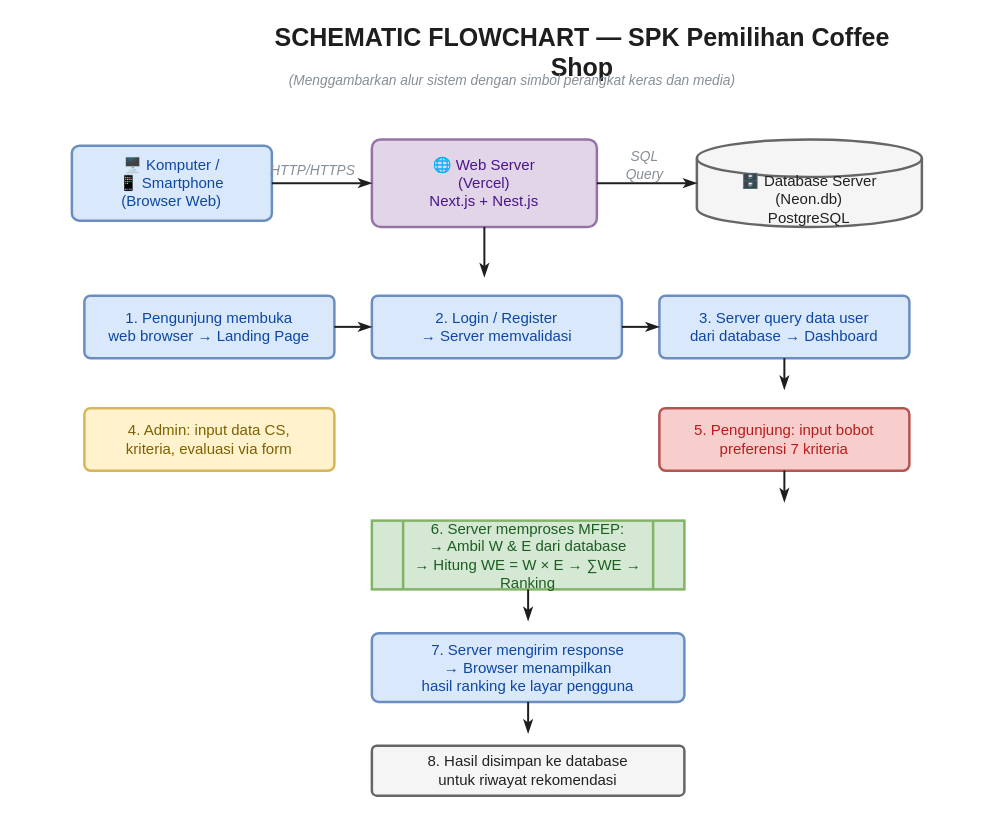
The draw.io diagram drawio/schematic_flowchart.drawio in akbarwijayaa/ansi-07, before the edit. Source tidied: cells renumbered, new cells numbered last; positions are measured from the earlier drawing's top-left corner, leaving out a move shared by most shapes. Both pictures are drawn from the tidied source at 125%, with x=0, y=0 at pixel (71, 35).
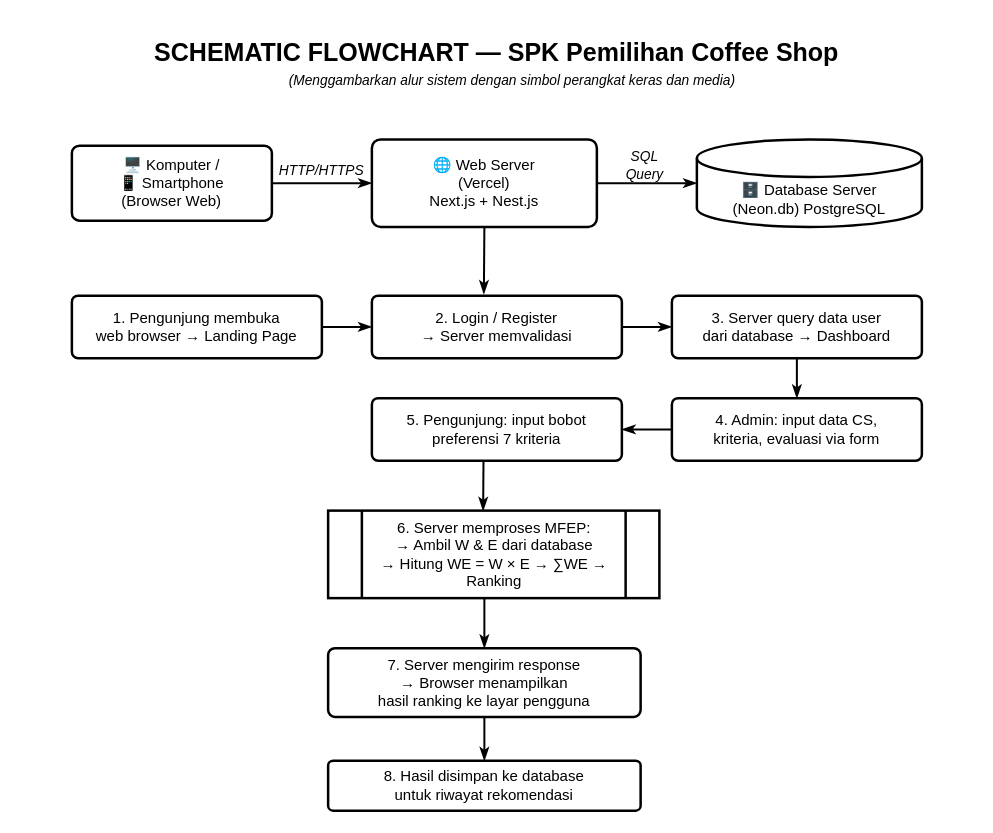
The same page after the edit.

Diff of the diagram source:
```diff
@@
-    <mxCell id="2" value="🖥️ Komputer /&lt;br&gt;📱 Smartphone&lt;br&gt;(Browser Web)" style="rounded=1;arcSize=10;fillColor=#dae8fc;strokeColor=#6c8ebf;fontColor=#0D47A1;fontSize=12;strokeWidth=2;shadow=0;html=1;whiteSpace=wrap;align=center;verticalAlign=middle;" parent="1" vertex="1">
+    <mxCell id="2" value="🖥️ Komputer /&lt;br&gt;📱 Smartphone&lt;br&gt;(Browser Web)" style="rounded=1;arcSize=10;fontSize=12;strokeWidth=2;shadow=0;html=1;whiteSpace=wrap;align=center;verticalAlign=middle;" parent="1" vertex="1">
       <mxGeometry y="88" width="160" height="60" as="geometry" />
     </mxCell>
-    <mxCell id="3" value="🌐 Web Server&lt;br&gt;(Vercel)&lt;br&gt;Next.js + Nest.js" style="rounded=1;arcSize=10;fillColor=#e1d5e7;strokeColor=#9673a6;fontColor=#4A148C;fontSize=12;strokeWidth=2;shadow=0;html=1;whiteSpace=wrap;align=center;verticalAlign=middle;" parent="1" vertex="1">
+    <mxCell id="3" value="🌐 Web Server&lt;br&gt;(Vercel)&lt;br&gt;Next.js + Nest.js" style="rounded=1;arcSize=10;fontSize=12;strokeWidth=2;shadow=0;html=1;whiteSpace=wrap;align=center;verticalAlign=middle;" parent="1" vertex="1">
       <mxGeometry x="240" y="83" width="180" height="70" as="geometry" />
     </mxCell>
-    <mxCell id="4" value="🗄️ Database Server&lt;br&gt;(Neon.db)&lt;br&gt;PostgreSQL" style="shape=cylinder3;boundedLbl=1;backgroundOutline=1;size=15;fillColor=#f5f5f5;strokeColor=#666666;fontColor=#212121;fontSize=12;strokeWidth=2;shadow=0;html=1;whiteSpace=wrap;align=center;verticalAlign=middle;" parent="1" vertex="1">
+    <mxCell id="4" value="🗄️ Database Server&lt;br&gt;(Neon.db) PostgreSQL" style="shape=cylinder3;boundedLbl=1;backgroundOutline=1;size=15;fontSize=12;strokeWidth=2;shadow=0;html=1;whiteSpace=wrap;align=center;verticalAlign=middle;" parent="1" vertex="1">
       <mxGeometry x="500" y="83" width="180" height="70" as="geometry" />
     </mxCell>
-    <mxCell id="5" value="1. Pengunjung membuka&lt;br&gt;web browser → Landing Page" style="rounded=1;arcSize=10;fillColor=#dae8fc;strokeColor=#6c8ebf;fontColor=#0D47A1;fontSize=12;strokeWidth=2;shadow=0;html=1;whiteSpace=wrap;align=center;verticalAlign=middle;" parent="1" vertex="1">
-      <mxGeometry x="10" y="208" width="200" height="50" as="geometry" />
+    <mxCell id="5" value="1. Pengunjung membuka&lt;br&gt;web browser → Landing Page" style="rounded=1;arcSize=10;fontSize=12;strokeWidth=2;shadow=0;html=1;whiteSpace=wrap;align=center;verticalAlign=middle;" parent="1" vertex="1">
+      <mxGeometry y="208" width="200" height="50" as="geometry" />
     </mxCell>
-    <mxCell id="6" value="2. Login / Register&lt;br&gt;→ Server memvalidasi" style="rounded=1;arcSize=10;fillColor=#dae8fc;strokeColor=#6c8ebf;fontColor=#0D47A1;fontSize=12;strokeWidth=2;shadow=0;html=1;whiteSpace=wrap;align=center;verticalAlign=middle;" parent="1" vertex="1">
+    <mxCell id="6" value="2. Login / Register&lt;br&gt;→ Server memvalidasi" style="rounded=1;arcSize=10;fontSize=12;strokeWidth=2;shadow=0;html=1;whiteSpace=wrap;align=center;verticalAlign=middle;" parent="1" vertex="1">
       <mxGeometry x="240" y="208" width="200" height="50" as="geometry" />
     </mxCell>
-    <mxCell id="7" value="3. Server query data user&lt;br&gt;dari database → Dashboard" style="rounded=1;arcSize=10;fillColor=#dae8fc;strokeColor=#6c8ebf;fontColor=#0D47A1;fontSize=12;strokeWidth=2;shadow=0;html=1;whiteSpace=wrap;align=center;verticalAlign=middle;" parent="1" vertex="1">
-      <mxGeometry x="470" y="208" width="200" height="50" as="geometry" />
+    <mxCell id="7" value="3. Server query data user&lt;br&gt;dari database → Dashboard" style="rounded=1;arcSize=10;fontSize=12;strokeWidth=2;shadow=0;html=1;whiteSpace=wrap;align=center;verticalAlign=middle;" parent="1" vertex="1">
+      <mxGeometry x="480" y="208" width="200" height="50" as="geometry" />
     </mxCell>
-    <mxCell id="8" value="4. Admin: input data CS,&lt;br&gt;kriteria, evaluasi via form" style="rounded=1;arcSize=10;fillColor=#fff2cc;strokeColor=#d6b656;fontColor=#7F6000;fontSize=12;strokeWidth=2;shadow=0;html=1;whiteSpace=wrap;align=center;verticalAlign=middle;" parent="1" vertex="1">
-      <mxGeometry x="10" y="298" width="200" height="50" as="geometry" />
+    <mxCell id="8" value="4. Admin: input data CS,&lt;br&gt;kriteria, evaluasi via form" style="rounded=1;arcSize=10;fontSize=12;strokeWidth=2;shadow=0;html=1;whiteSpace=wrap;align=center;verticalAlign=middle;" parent="1" vertex="1">
+      <mxGeometry x="480" y="290" width="200" height="50" as="geometry" />
     </mxCell>
-    <mxCell id="9" value="5. Pengunjung: input bobot&lt;br&gt;preferensi 7 kriteria" style="rounded=1;arcSize=10;fillColor=#f8cecc;strokeColor=#b85450;fontColor=#B71C1C;fontSize=12;strokeWidth=2;shadow=0;html=1;whiteSpace=wrap;align=center;verticalAlign=middle;" parent="1" vertex="1">
-      <mxGeometry x="470" y="298" width="200" height="50" as="geometry" />
+    <mxCell id="9" value="5. Pengunjung: input bobot&lt;br&gt;preferensi 7 kriteria" style="rounded=1;arcSize=10;fontSize=12;strokeWidth=2;shadow=0;html=1;whiteSpace=wrap;align=center;verticalAlign=middle;" parent="1" vertex="1">
+      <mxGeometry x="240" y="290" width="200" height="50" as="geometry" />
     </mxCell>
-    <mxCell id="10" value="6. Server memproses MFEP:&lt;br&gt;→ Ambil W &amp; E dari database&lt;br&gt;→ Hitung WE = W × E → ∑WE → Ranking" style="shape=process;fillColor=#d5e8d4;strokeColor=#82b366;fontColor=#1B5E20;fontSize=12;strokeWidth=2;shadow=0;html=1;whiteSpace=wrap;align=center;verticalAlign=middle;" parent="1" vertex="1">
-      <mxGeometry x="240" y="388" width="250" height="55" as="geometry" />
+    <mxCell id="10" value="6. Server memproses MFEP:&lt;br&gt;→ Ambil W &amp; E dari database&lt;br&gt;→ Hitung WE = W × E → ∑WE → Ranking" style="shape=process;fontSize=12;strokeWidth=2;shadow=0;html=1;whiteSpace=wrap;align=center;verticalAlign=middle;" parent="1" vertex="1">
+      <mxGeometry x="205" y="380" width="265" height="70" as="geometry" />
     </mxCell>
-    <mxCell id="11" value="7. Server mengirim response&lt;br&gt;→ Browser menampilkan&lt;br&gt;hasil ranking ke layar pengguna" style="rounded=1;arcSize=10;fillColor=#dae8fc;strokeColor=#6c8ebf;fontColor=#0D47A1;fontSize=12;strokeWidth=2;shadow=0;html=1;whiteSpace=wrap;align=center;verticalAlign=middle;" parent="1" vertex="1">
-      <mxGeometry x="240" y="478" width="250" height="55" as="geometry" />
+    <mxCell id="11" value="7. Server mengirim response&lt;br&gt;→ Browser menampilkan&lt;br&gt;hasil ranking ke layar pengguna" style="rounded=1;arcSize=10;fontSize=12;strokeWidth=2;shadow=0;html=1;whiteSpace=wrap;align=center;verticalAlign=middle;" parent="1" vertex="1">
+      <mxGeometry x="205" y="490" width="250" height="55" as="geometry" />
     </mxCell>
-    <mxCell id="12" value="8. Hasil disimpan ke database&lt;br&gt;untuk riwayat rekomendasi" style="rounded=1;arcSize=10;fillColor=#f5f5f5;strokeColor=#666666;fontColor=#212121;fontSize=12;strokeWidth=2;shadow=0;html=1;whiteSpace=wrap;align=center;verticalAlign=middle;" parent="1" vertex="1">
-      <mxGeometry x="240" y="568" width="250" height="40" as="geometry" />
+    <mxCell id="12" value="8. Hasil disimpan ke database&lt;br&gt;untuk riwayat rekomendasi" style="rounded=1;arcSize=10;fontSize=12;strokeWidth=2;shadow=0;html=1;whiteSpace=wrap;align=center;verticalAlign=middle;" parent="1" vertex="1">
+      <mxGeometry x="205" y="580" width="250" height="40" as="geometry" />
     </mxCell>
-    <mxCell id="13" value="SCHEMATIC FLOWCHART — SPK Pemilihan Coffee Shop" style="text;html=1;strokeColor=none;fillColor=none;fontColor=#1e1e1e;fontSize=20;align=center;verticalAlign=middle;whiteSpace=wrap;fontStyle=1;" parent="1" vertex="1">
-      <mxGeometry x="150" width="517" height="25" as="geometry" />
+    <mxCell id="13" value="SCHEMATIC FLOWCHART — SPK Pemilihan Coffee Shop" style="text;html=1;fontSize=20;align=center;verticalAlign=middle;whiteSpace=wrap;fontStyle=1;" parent="1" vertex="1">
+      <mxGeometry x="-40" width="760" height="25" as="geometry" />
     </mxCell>
-    <mxCell id="14" value="(Menggambarkan alur sistem dengan simbol perangkat keras dan media)" style="text;html=1;strokeColor=none;fillColor=none;fontColor=#868e96;fontSize=11;align=center;verticalAlign=middle;whiteSpace=wrap;fontStyle=2;" parent="1" vertex="1">
+    <mxCell id="14" value="(Menggambarkan alur sistem dengan simbol perangkat keras dan media)" style="text;html=1;fontSize=11;align=center;verticalAlign=middle;whiteSpace=wrap;fontStyle=2;" parent="1" vertex="1">
       <mxGeometry x="150" y="28" width="405.3" height="16" as="geometry" />
     </mxCell>
-    <mxCell id="15" value="HTTP/HTTPS" style="text;html=1;strokeColor=none;fillColor=none;fontColor=#868e96;fontSize=11;align=center;verticalAlign=middle;whiteSpace=wrap;fontStyle=2;" parent="1" vertex="1">
-      <mxGeometry x="168" y="100" width="49.5" height="16" as="geometry" />
+    <mxCell id="15" value="HTTP/HTTPS" style="text;html=1;fontSize=11;align=center;verticalAlign=middle;whiteSpace=wrap;fontStyle=2;" parent="1" vertex="1">
+      <mxGeometry x="170" y="100" width="59.5" height="16" as="geometry" />
     </mxCell>
-    <mxCell id="16" value="SQL Query" style="text;html=1;strokeColor=none;fillColor=none;fontColor=#868e96;fontSize=11;align=center;verticalAlign=middle;whiteSpace=wrap;fontStyle=2;" parent="1" vertex="1">
+    <mxCell id="16" value="SQL Query" style="text;html=1;fontSize=11;align=center;verticalAlign=middle;whiteSpace=wrap;fontStyle=2;" parent="1" vertex="1">
       <mxGeometry x="436.1" y="95.7" width="44.5" height="16" as="geometry" />
     </mxCell>
-    <mxCell id="17" style="endArrow=classicThin;endFill=1;html=1;rounded=0;strokeColor=#1e1e1e;strokeWidth=1.6;fontColor=#1e1e1e;fontSize=11;" parent="1" edge="1">
+    <mxCell id="17" style="endArrow=classicThin;endFill=1;html=1;rounded=0;strokeWidth=1.6;fontColor=#000000;fontSize=11;" parent="1" edge="1">
       <mxGeometry relative="1" as="geometry">
         <mxPoint x="160" y="118" as="sourcePoint" />
         <mxPoint x="240" y="118" as="targetPoint" />
       </mxGeometry>
     </mxCell>
-    <mxCell id="18" style="endArrow=classicThin;endFill=1;html=1;rounded=0;strokeColor=#1e1e1e;strokeWidth=1.6;fontColor=#1e1e1e;fontSize=11;" parent="1" edge="1">
+    <mxCell id="18" style="endArrow=classicThin;endFill=1;html=1;rounded=0;strokeWidth=1.6;fontColor=#000000;fontSize=11;" parent="1" edge="1">
       <mxGeometry relative="1" as="geometry">
         <mxPoint x="420" y="118" as="sourcePoint" />
         <mxPoint x="500" y="118" as="targetPoint" />
       </mxGeometry>
     </mxCell>
-    <mxCell id="19" style="endArrow=classicThin;endFill=1;html=1;rounded=0;strokeColor=#1e1e1e;strokeWidth=1.6;fontColor=#1e1e1e;fontSize=11;" parent="1" edge="1">
+    <mxCell id="19" style="endArrow=classicThin;endFill=1;html=1;rounded=0;strokeWidth=1.6;fontColor=#000000;fontSize=11;entryX=0.448;entryY=-0.027;entryDx=0;entryDy=0;entryPerimeter=0;" parent="1" edge="1" target="6">
       <mxGeometry relative="1" as="geometry">
         <mxPoint x="330" y="153" as="sourcePoint" />
-        <mxPoint x="330" y="193" as="targetPoint" />
       </mxGeometry>
     </mxCell>
-    <mxCell id="20" style="endArrow=classicThin;endFill=1;html=1;rounded=0;strokeColor=#1e1e1e;strokeWidth=1.6;fontColor=#1e1e1e;fontSize=11;" parent="1" edge="1">
+    <mxCell id="20" style="endArrow=classicThin;endFill=1;html=1;rounded=0;strokeWidth=1.6;fontColor=#000000;fontSize=11;exitX=1;exitY=0.5;exitDx=0;exitDy=0;" parent="1" edge="1" source="5">
       <mxGeometry relative="1" as="geometry">
-        <mxPoint x="210" y="233" as="sourcePoint" />
         <mxPoint x="240" y="233" as="targetPoint" />
       </mxGeometry>
     </mxCell>
-    <mxCell id="21" style="endArrow=classicThin;endFill=1;html=1;rounded=0;strokeColor=#1e1e1e;strokeWidth=1.6;fontColor=#1e1e1e;fontSize=11;" parent="1" edge="1">
+    <mxCell id="21" style="endArrow=classicThin;endFill=1;html=1;rounded=0;strokeWidth=1.6;fontColor=#000000;fontSize=11;entryX=0;entryY=0.5;entryDx=0;entryDy=0;" parent="1" edge="1" target="7">
       <mxGeometry relative="1" as="geometry">
         <mxPoint x="440" y="233" as="sourcePoint" />
-        <mxPoint x="470" y="233" as="targetPoint" />
       </mxGeometry>
     </mxCell>
-    <mxCell id="22" style="endArrow=classicThin;endFill=1;html=1;rounded=0;strokeColor=#1e1e1e;strokeWidth=1.6;fontColor=#1e1e1e;fontSize=11;" parent="1" edge="1">
-      <mxGeometry relative="1" as="geometry">
-        <mxPoint x="570" y="258" as="sourcePoint" />
-        <mxPoint x="570" y="283" as="targetPoint" />
-      </mxGeometry>
+    <mxCell id="22" style="endArrow=classicThin;endFill=1;html=1;rounded=0;strokeWidth=1.6;fontColor=#000000;fontSize=11;entryX=0.5;entryY=0;entryDx=0;entryDy=0;exitX=0.5;exitY=1;exitDx=0;exitDy=0;" parent="1" edge="1" source="7" target="8">
+      <mxGeometry relative="1" as="geometry" />
     </mxCell>
-    <mxCell id="23" style="endArrow=classicThin;endFill=1;html=1;rounded=0;strokeColor=#1e1e1e;strokeWidth=1.6;fontColor=#1e1e1e;fontSize=11;" parent="1" edge="1">
-      <mxGeometry relative="1" as="geometry">
-        <mxPoint x="570" y="348" as="sourcePoint" />
-        <mxPoint x="570" y="373" as="targetPoint" />
-      </mxGeometry>
+    <mxCell id="23" style="endArrow=classicThin;endFill=1;html=1;rounded=0;strokeWidth=1.6;fontColor=#000000;fontSize=11;entryX=1;entryY=0.5;entryDx=0;entryDy=0;exitX=0;exitY=0.5;exitDx=0;exitDy=0;" parent="1" edge="1" source="8" target="9">
+      <mxGeometry relative="1" as="geometry" />
     </mxCell>
-    <mxCell id="24" style="endArrow=classicThin;endFill=1;html=1;rounded=0;strokeColor=#1e1e1e;strokeWidth=1.6;fontColor=#1e1e1e;fontSize=11;" parent="1" edge="1">
+    <mxCell id="24" style="endArrow=classicThin;endFill=1;html=1;rounded=0;strokeWidth=1.6;fontColor=#000000;fontSize=11;entryX=0.5;entryY=0;entryDx=0;entryDy=0;" parent="1" edge="1" target="11">
       <mxGeometry relative="1" as="geometry">
-        <mxPoint x="365" y="443" as="sourcePoint" />
-        <mxPoint x="365" y="468" as="targetPoint" />
+        <mxPoint x="330" y="450" as="sourcePoint" />
       </mxGeometry>
     </mxCell>
-    <mxCell id="25" style="endArrow=classicThin;endFill=1;html=1;rounded=0;strokeColor=#1e1e1e;strokeWidth=1.6;fontColor=#1e1e1e;fontSize=11;" parent="1" edge="1">
-      <mxGeometry relative="1" as="geometry">
-        <mxPoint x="365" y="533" as="sourcePoint" />
-        <mxPoint x="365" y="558" as="targetPoint" />
-      </mxGeometry>
+    <mxCell id="25" style="endArrow=classicThin;endFill=1;html=1;rounded=0;strokeWidth=1.6;fontColor=#000000;fontSize=11;entryX=0.5;entryY=0;entryDx=0;entryDy=0;" parent="1" edge="1" source="11" target="12">
+      <mxGeometry relative="1" as="geometry" />
     </mxCell>
+    <mxCell id="26" style="endArrow=classicThin;endFill=1;html=1;rounded=0;strokeWidth=1.6;fontColor=#000000;fontSize=11;" parent="1" edge="1">
+      <mxGeometry relative="1" as="geometry">
+        <mxPoint x="329.3" y="340" as="sourcePoint" />
+        <mxPoint x="329" y="380" as="targetPoint" />
+      </mxGeometry>
+    </mxCell>
```
